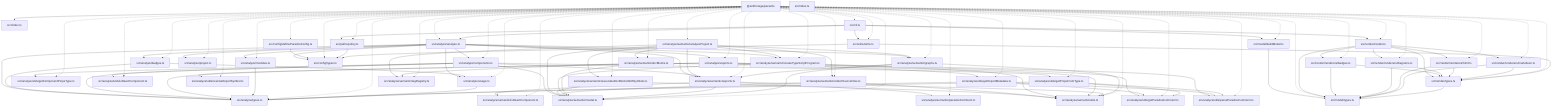
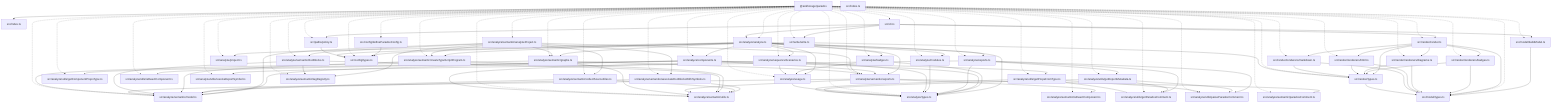
graph TD
  package__ankhorage_paradox["@ankhorage/paradox"]
  entrypoint_src_index_ts["src/index.ts"]
  package__ankhorage_paradox --> entrypoint_src_index_ts
  module_src_analyze_analyze_ts["src/analyze/analyze.ts"]
  package__ankhorage_paradox -.-> module_src_analyze_analyze_ts
  module_src_analyze_analyze_ts --> module_src_analyze_badges_ts
  module_src_analyze_analyze_ts --> module_src_analyze_components_ts
  module_src_analyze_analyze_ts --> module_src_analyze_exports_ts
  module_src_analyze_analyze_ts --> module_src_analyze_modules_ts
  module_src_analyze_analyze_ts --> module_src_analyze_project_ts
  module_src_analyze_analyze_ts --> module_src_analyze_semantic_createTypeScriptProgram_ts
  module_src_analyze_analyze_ts --> module_src_analyze_semantic_exports_ts
  module_src_analyze_analyze_ts --> module_src_analyze_semantic_graphs_ts
+   module_src_analyze_analyze_ts --> module_src_analyze_sequenceScenarios_ts
  module_src_analyze_analyze_ts --> module_src_analyze_types_ts
  module_src_analyze_analyze_ts --> module_src_analyze_usage_ts
  module_src_analyze_analyze_ts --> module_src_config_types_ts
  module_src_analyze_badges_ts["src/analyze/badges.ts"]
  package__ankhorage_paradox -.-> module_src_analyze_badges_ts
  module_src_analyze_badges_ts --> module_src_analyze_types_ts
  module_src_analyze_badges_ts --> module_src_analyze_usage_ts
  module_src_analyze_components_ts["src/analyze/components.ts"]
  package__ankhorage_paradox -.-> module_src_analyze_components_ts
  module_src_analyze_components_ts --> module_src_analyze_semantic_exports_ts
  module_src_analyze_components_ts --> module_src_analyze_semantic_model_ts
  module_src_analyze_components_ts --> module_src_analyze_types_ts
  module_src_analyze_components_ts --> module_src_analyze_utils_getComponentPropsType_ts
  module_src_analyze_components_ts --> module_src_analyze_utils_getPropsFromType_ts
  module_src_analyze_components_ts --> module_src_analyze_utils_isReactComponent_ts
  module_src_analyze_exports_ts["src/analyze/exports.ts"]
  package__ankhorage_paradox -.-> module_src_analyze_exports_ts
  module_src_analyze_exports_ts --> module_src_analyze_types_ts
  module_src_analyze_exports_ts --> module_src_analyze_utils_getExportMetadata_ts
  module_src_analyze_exports_ts --> module_src_analyze_utils_getParadoxComment_ts
  module_src_analyze_exports_ts --> module_src_analyze_utils_parseParadoxComment_ts
  module_src_analyze_exports_ts --> module_src_analyze_utils_resolveExportSymbol_ts
  module_src_analyze_modules_ts["src/analyze/modules.ts"]
  package__ankhorage_paradox -.-> module_src_analyze_modules_ts
  module_src_analyze_modules_ts --> module_src_analyze_types_ts
  module_src_analyze_project_ts["src/analyze/project.ts"]
  package__ankhorage_paradox -.-> module_src_analyze_project_ts
  module_src_analyze_semantic_analyzeProject_ts["src/analyze/semantic/analyzeProject.ts"]
  package__ankhorage_paradox -.-> module_src_analyze_semantic_analyzeProject_ts
  module_src_analyze_semantic_analyzeProject_ts --> module_src_analyze_semantic_associateDocBlocksWithSymbols_ts
  module_src_analyze_semantic_analyzeProject_ts --> module_src_analyze_semantic_collectSourceFiles_ts
  module_src_analyze_semantic_analyzeProject_ts --> module_src_analyze_semantic_createTypeScriptProgram_ts
  module_src_analyze_semantic_analyzeProject_ts --> module_src_analyze_semantic_docBlocks_ts
  module_src_analyze_semantic_analyzeProject_ts --> module_src_analyze_semantic_exports_ts
  module_src_analyze_semantic_analyzeProject_ts --> module_src_analyze_semantic_graphs_ts
  module_src_analyze_semantic_analyzeProject_ts --> module_src_analyze_semantic_model_ts
  module_src_analyze_semantic_analyzeProject_ts --> module_src_analyze_semantic_tagRegistry_ts
  module_src_analyze_semantic_associateDocBlocksWithSymbols_ts["src/analyze/semantic/associateDocBlocksWithSymbols.ts"]
  package__ankhorage_paradox -.-> module_src_analyze_semantic_associateDocBlocksWithSymbols_ts
  module_src_analyze_semantic_associateDocBlocksWithSymbols_ts --> module_src_analyze_semantic_model_ts
  module_src_analyze_semantic_associateDocBlocksWithSymbols_ts --> module_src_analyze_semantic_utils_ts
  module_src_analyze_semantic_collectSourceFiles_ts["src/analyze/semantic/collectSourceFiles.ts"]
  package__ankhorage_paradox -.-> module_src_analyze_semantic_collectSourceFiles_ts
  module_src_analyze_semantic_collectSourceFiles_ts --> module_src_analyze_semantic_model_ts
  module_src_analyze_semantic_collectSourceFiles_ts --> module_src_analyze_semantic_utils_ts
  module_src_analyze_semantic_createTypeScriptProgram_ts["src/analyze/semantic/createTypeScriptProgram.ts"]
  package__ankhorage_paradox -.-> module_src_analyze_semantic_createTypeScriptProgram_ts
  module_src_analyze_semantic_createTypeScriptProgram_ts --> module_src_analyze_semantic_model_ts
  module_src_analyze_semantic_createTypeScriptProgram_ts --> module_src_analyze_semantic_utils_ts
  module_src_analyze_semantic_docBlocks_ts["src/analyze/semantic/docBlocks.ts"]
  package__ankhorage_paradox -.-> module_src_analyze_semantic_docBlocks_ts
  module_src_analyze_semantic_docBlocks_ts --> module_src_analyze_semantic_model_ts
  module_src_analyze_semantic_docBlocks_ts --> module_src_analyze_semantic_tagRegistry_ts
  module_src_analyze_semantic_docBlocks_ts --> module_src_analyze_semantic_utils_ts
  module_src_analyze_semantic_exports_ts["src/analyze/semantic/exports.ts"]
  package__ankhorage_paradox -.-> module_src_analyze_semantic_exports_ts
  module_src_analyze_semantic_exports_ts --> module_src_analyze_semantic_isReactComponent_ts
  module_src_analyze_semantic_exports_ts --> module_src_analyze_semantic_model_ts
  module_src_analyze_semantic_exports_ts --> module_src_analyze_semantic_paradoxComment_ts
  module_src_analyze_semantic_exports_ts --> module_src_analyze_semantic_utils_ts
  module_src_analyze_semantic_graphs_ts["src/analyze/semantic/graphs.ts"]
  package__ankhorage_paradox -.-> module_src_analyze_semantic_graphs_ts
  module_src_analyze_semantic_graphs_ts --> module_src_analyze_semantic_exports_ts
  module_src_analyze_semantic_graphs_ts --> module_src_analyze_semantic_model_ts
  module_src_analyze_semantic_graphs_ts --> module_src_analyze_semantic_utils_ts
  module_src_analyze_semantic_isReactComponent_ts["src/analyze/semantic/isReactComponent.ts"]
  package__ankhorage_paradox -.-> module_src_analyze_semantic_isReactComponent_ts
  module_src_analyze_semantic_model_ts["src/analyze/semantic/model.ts"]
  package__ankhorage_paradox -.-> module_src_analyze_semantic_model_ts
  module_src_analyze_semantic_paradoxComment_ts["src/analyze/semantic/paradoxComment.ts"]
  package__ankhorage_paradox -.-> module_src_analyze_semantic_paradoxComment_ts
  module_src_analyze_semantic_tagRegistry_ts["src/analyze/semantic/tagRegistry.ts"]
  package__ankhorage_paradox -.-> module_src_analyze_semantic_tagRegistry_ts
  module_src_analyze_semantic_utils_ts["src/analyze/semantic/utils.ts"]
  package__ankhorage_paradox -.-> module_src_analyze_semantic_utils_ts
+   module_src_analyze_sequenceScenarios_ts["src/analyze/sequenceScenarios.ts"]
+   package__ankhorage_paradox -.-> module_src_analyze_sequenceScenarios_ts
+   module_src_analyze_sequenceScenarios_ts --> module_src_analyze_semantic_utils_ts
+   module_src_analyze_sequenceScenarios_ts --> module_src_analyze_types_ts
+   module_src_analyze_sequenceScenarios_ts --> module_src_analyze_usage_ts
  module_src_analyze_types_ts["src/analyze/types.ts"]
  package__ankhorage_paradox -.-> module_src_analyze_types_ts
  module_src_analyze_usage_ts["src/analyze/usage.ts"]
  package__ankhorage_paradox -.-> module_src_analyze_usage_ts
  module_src_analyze_usage_ts --> module_src_analyze_types_ts
  module_src_analyze_utils_getComponentPropsType_ts["src/analyze/utils/getComponentPropsType.ts"]
  package__ankhorage_paradox -.-> module_src_analyze_utils_getComponentPropsType_ts
  module_src_analyze_utils_getExportMetadata_ts["src/analyze/utils/getExportMetadata.ts"]
  package__ankhorage_paradox -.-> module_src_analyze_utils_getExportMetadata_ts
  module_src_analyze_utils_getExportMetadata_ts --> module_src_analyze_types_ts
  module_src_analyze_utils_getExportMetadata_ts --> module_src_analyze_utils_getParadoxComment_ts
  module_src_analyze_utils_getExportMetadata_ts --> module_src_analyze_utils_parseParadoxComment_ts
  module_src_analyze_utils_getParadoxComment_ts["src/analyze/utils/getParadoxComment.ts"]
  package__ankhorage_paradox -.-> module_src_analyze_utils_getParadoxComment_ts
  module_src_analyze_utils_getPropsFromType_ts["src/analyze/utils/getPropsFromType.ts"]
  package__ankhorage_paradox -.-> module_src_analyze_utils_getPropsFromType_ts
  module_src_analyze_utils_getPropsFromType_ts --> module_src_analyze_types_ts
  module_src_analyze_utils_getPropsFromType_ts --> module_src_analyze_utils_getParadoxComment_ts
  module_src_analyze_utils_getPropsFromType_ts --> module_src_analyze_utils_parseParadoxComment_ts
  module_src_analyze_utils_isReactComponent_ts["src/analyze/utils/isReactComponent.ts"]
  package__ankhorage_paradox -.-> module_src_analyze_utils_isReactComponent_ts
  module_src_analyze_utils_parseParadoxComment_ts["src/analyze/utils/parseParadoxComment.ts"]
  package__ankhorage_paradox -.-> module_src_analyze_utils_parseParadoxComment_ts
  module_src_analyze_utils_resolveExportSymbol_ts["src/analyze/utils/resolveExportSymbol.ts"]
  package__ankhorage_paradox -.-> module_src_analyze_utils_resolveExportSymbol_ts
  module_src_cli_ts["src/cli.ts"]
  package__ankhorage_paradox -.-> module_src_cli_ts
  module_src_cli_ts --> module_src_analyze_analyze_ts
  module_src_cli_ts --> module_src_model_buildModel_ts
  module_src_cli_ts --> module_src_paths_policy_ts
  module_src_cli_ts --> module_src_render_render_ts
  module_src_cli_ts --> module_src_write_write_ts
  module_src_config_defineParadoxConfig_ts["src/config/defineParadoxConfig.ts"]
  package__ankhorage_paradox -.-> module_src_config_defineParadoxConfig_ts
  module_src_config_defineParadoxConfig_ts --> module_src_config_types_ts
  module_src_config_types_ts["src/config/types.ts"]
  package__ankhorage_paradox -.-> module_src_config_types_ts
  module_src_index_ts["src/index.ts"]
  module_src_model_buildModel_ts["src/model/buildModel.ts"]
  package__ankhorage_paradox -.-> module_src_model_buildModel_ts
  module_src_model_buildModel_ts --> module_src_model_types_ts
  module_src_model_types_ts["src/model/types.ts"]
  package__ankhorage_paradox -.-> module_src_model_types_ts
  module_src_paths_policy_ts["src/paths/policy.ts"]
  package__ankhorage_paradox -.-> module_src_paths_policy_ts
  module_src_paths_policy_ts --> module_src_config_types_ts
  module_src_render_render_ts["src/render/render.ts"]
  package__ankhorage_paradox -.-> module_src_render_render_ts
  module_src_render_render_ts --> module_src_model_types_ts
  module_src_render_render_ts --> module_src_render_renderers_badges_ts
  module_src_render_render_ts --> module_src_render_renderers_diagrams_ts
  module_src_render_render_ts --> module_src_render_renderers_html_ts
  module_src_render_render_ts --> module_src_render_renderers_markdown_ts
  module_src_render_render_ts --> module_src_render_types_ts
  module_src_render_renderers_badges_ts["src/render/renderers/badges.ts"]
  package__ankhorage_paradox -.-> module_src_render_renderers_badges_ts
  module_src_render_renderers_badges_ts --> module_src_model_types_ts
  module_src_render_renderers_badges_ts --> module_src_render_types_ts
  module_src_render_renderers_diagrams_ts["src/render/renderers/diagrams.ts"]
  package__ankhorage_paradox -.-> module_src_render_renderers_diagrams_ts
  module_src_render_renderers_diagrams_ts --> module_src_model_types_ts
  module_src_render_renderers_diagrams_ts --> module_src_render_types_ts
  module_src_render_renderers_html_ts["src/render/renderers/html.ts"]
  package__ankhorage_paradox -.-> module_src_render_renderers_html_ts
  module_src_render_renderers_html_ts --> module_src_model_types_ts
  module_src_render_renderers_html_ts --> module_src_render_types_ts
  module_src_render_renderers_markdown_ts["src/render/renderers/markdown.ts"]
  package__ankhorage_paradox -.-> module_src_render_renderers_markdown_ts
  module_src_render_renderers_markdown_ts --> module_src_model_types_ts
  module_src_render_renderers_markdown_ts --> module_src_render_types_ts
  module_src_render_types_ts["src/render/types.ts"]
  package__ankhorage_paradox -.-> module_src_render_types_ts
  module_src_render_types_ts --> module_src_model_types_ts
  module_src_write_write_ts["src/write/write.ts"]
  package__ankhorage_paradox -.-> module_src_write_write_ts
  module_src_write_write_ts --> module_src_config_types_ts
  module_src_write_write_ts --> module_src_render_types_ts
